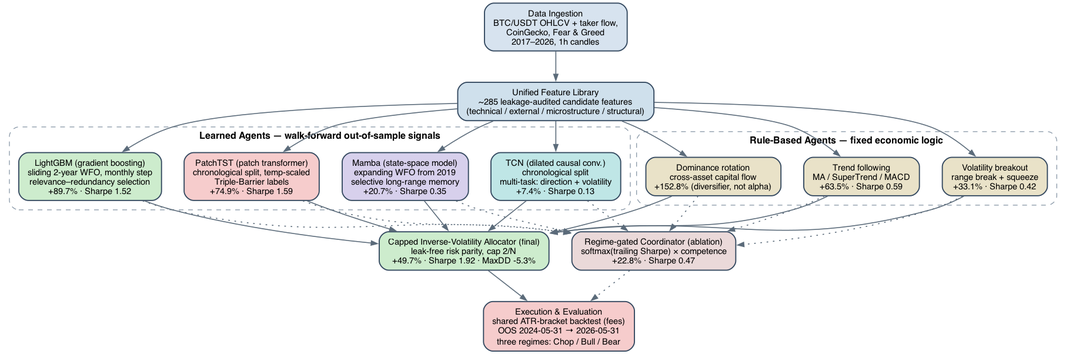
Above: latex_thesis/Master_Thesis___Hybrid_Multi_Agent_Trading_System/Images/system_overview.png in WojciechNeuman/hybrid-multi-agent-trading-system (Graphviz), before the change. Its source is kept beside it as latex_thesis/Master_Thesis___Hybrid_Multi_Agent_Trading_System/Images/system_overview.dot.
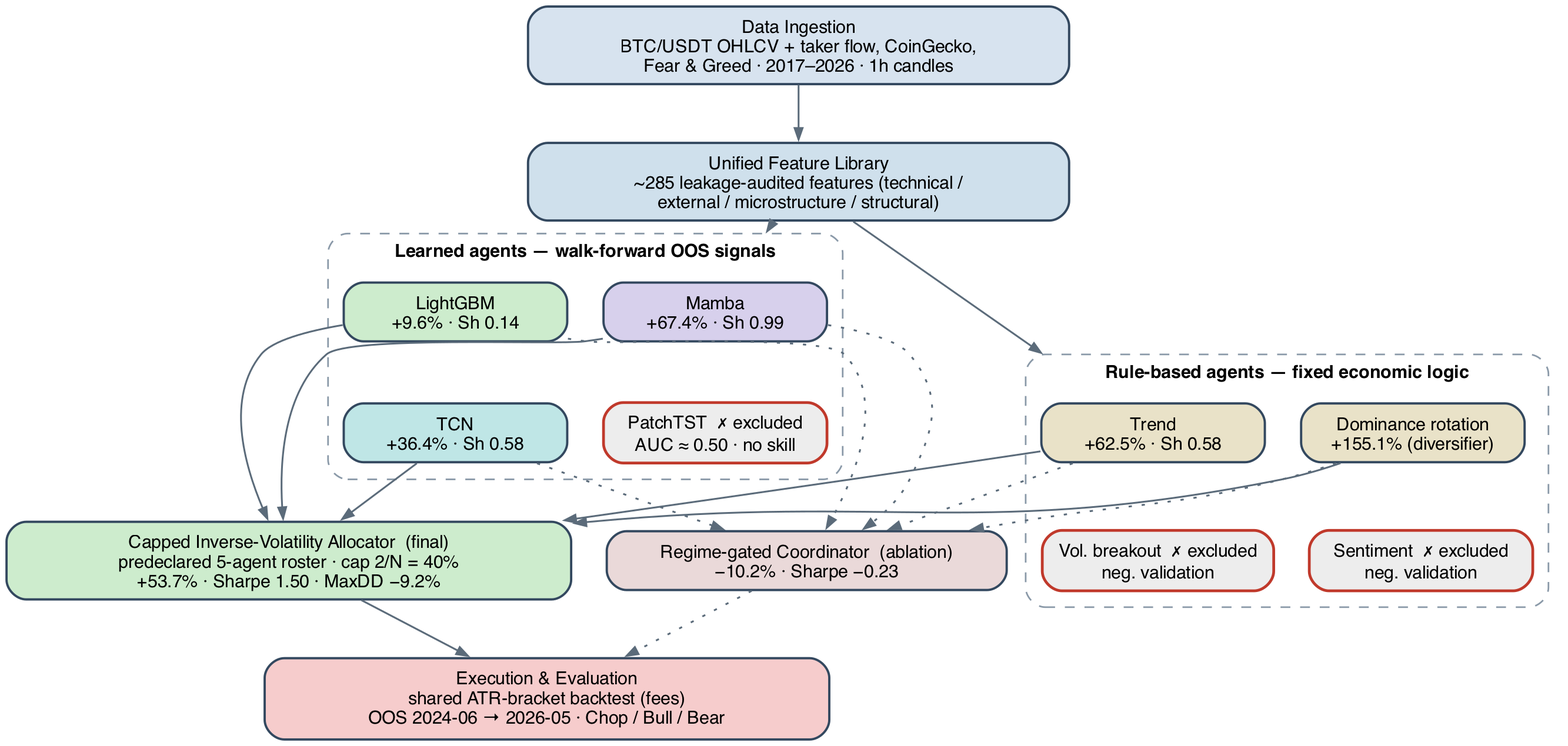
After the commit.

The edit, as a diff of the source:
```diff
@@ -2,81 +2,60 @@
     rankdir=TB;
     bgcolor="white";
     splines=true;
-    nodesep=0.40;
-    ranksep=0.55;
+    compound=true;
+    nodesep=0.30;
+    ranksep=0.50;
     node [shape=box, style="rounded,filled", fontname="Helvetica", fontsize=11,
-          color="#33485f", penwidth=1.4, margin="0.16,0.09"];
-    edge [color="#5b6b7a", arrowsize=0.8, penwidth=1.2];
+          color="#33485f", penwidth=1.4, margin="0.14,0.08", width=1.9];
+    edge [color="#5b6b7a", arrowsize=0.7, penwidth=1.1];
 
-    DATA [label="Data Ingestion\nBTC/USDT OHLCV + taker flow,\nCoinGecko, Fear & Greed\n2017–2026, 1h candles",
-          fillcolor="#d7e3ef"];
-
-    FEAT [label="Unified Feature Library\n~285 leakage-audited candidate features\n(technical / external / microstructure / structural)",
-          fillcolor="#cfe0ec"];
+    DATA [label="Data Ingestion\nBTC/USDT OHLCV + taker flow, CoinGecko,\nFear & Greed · 2017–2026 · 1h candles",
+          fillcolor="#d7e3ef", width=4.6];
+    FEAT [label="Unified Feature Library\n~285 leakage-audited features (technical /\nexternal / microstructure / structural)",
+          fillcolor="#cfe0ec", width=4.6];
 
     subgraph cluster_learned {
-        label="Learned Agents — walk-forward out-of-sample signals";
-        labelloc="t";
-        fontname="Helvetica-Bold";
-        fontsize=12;
-        style="dashed,rounded";
-        color="#8a99a8";
-        margin=12;
-
-        LGBM   [label="LightGBM (gradient boosting)\nsliding 2-year WFO, monthly step\nrelevance–redundancy selection\n+89.7% · Sharpe 1.52",
-                fillcolor="#cdeccd"];
-        PATCH  [label="PatchTST (patch transformer)\nchronological split, temp-scaled\nTriple-Barrier labels\n+74.9% · Sharpe 1.59",
-                fillcolor="#f6cccc"];
-        MAMBA  [label="Mamba (state-space model)\nexpanding WFO from 2019\nselective long-range memory\n+20.7% · Sharpe 0.35",
-                fillcolor="#d7d0ec"];
-        TCN    [label="TCN (dilated causal conv.)\nchronological split\nmulti-task: direction + volatility\n+7.4% · Sharpe 0.13",
-                fillcolor="#bfe6e6"];
+        label="Learned agents — walk-forward OOS signals";
+        labelloc="t"; fontname="Helvetica-Bold"; fontsize=11;
+        style="dashed,rounded"; color="#8a99a8"; margin=10;
+        LGBM  [label="LightGBM\n+9.6% · Sh 0.14",  fillcolor="#cdeccd"];
+        MAMBA [label="Mamba\n+67.4% · Sh 0.99",    fillcolor="#d7d0ec"];
+        TCN   [label="TCN\n+36.4% · Sh 0.58",      fillcolor="#bfe6e6"];
+        PATCH [label="PatchTST  ✗ excluded\nAUC ≈ 0.50 · no skill", fillcolor="#ededed", color="#c0392b", penwidth=1.7];
+        { rank=same; LGBM; MAMBA; }
+        { rank=same; TCN;  PATCH; }
+        LGBM -> TCN [style=invis];  MAMBA -> PATCH [style=invis];
     }
 
     subgraph cluster_rules {
-        label="Rule-Based Agents — fixed economic logic";
-        labelloc="t";
-        fontname="Helvetica-Bold";
-        fontsize=12;
-        style="dashed,rounded";
-        color="#8a99a8";
-        margin=12;
-
-        TREND  [label="Trend following\nMA / SuperTrend / MACD\n+63.5% · Sharpe 0.59",
-                fillcolor="#e9e2c8"];
-        VOLB   [label="Volatility breakout\nrange break + squeeze\n+33.1% · Sharpe 0.42",
-                fillcolor="#e9e2c8"];
-        DOM    [label="Dominance rotation\ncross-asset capital flow\n+152.8% (diversifier, not alpha)",
-                fillcolor="#e9e2c8"];
+        label="Rule-based agents — fixed economic logic";
+        labelloc="t"; fontname="Helvetica-Bold"; fontsize=11;
+        style="dashed,rounded"; color="#8a99a8"; margin=10;
+        TREND [label="Trend\n+62.5% · Sh 0.58",        fillcolor="#e9e2c8"];
+        DOM   [label="Dominance rotation\n+155.1% (diversifier)", fillcolor="#e9e2c8"];
+        VOLB  [label="Vol. breakout  ✗ excluded\nneg. validation", fillcolor="#ededed", color="#c0392b", penwidth=1.7];
+        SENT  [label="Sentiment  ✗ excluded\nneg. validation",     fillcolor="#ededed", color="#c0392b", penwidth=1.7];
+        { rank=same; TREND; DOM; }
+        { rank=same; VOLB;  SENT; }
+        TREND -> VOLB [style=invis];  DOM -> SENT [style=invis];
     }
 
-    ALLOC  [label="Capped Inverse-Volatility Allocator (final)\nleak-free risk parity, cap 2/N\n+49.7% · Sharpe 1.92 · MaxDD -5.3%",
-            fillcolor="#cdeccd"];
-    COORD  [label="Regime-gated Coordinator (ablation)\nsoftmax(trailing Sharpe) × competence\n+22.8% · Sharpe 0.47",
-            fillcolor="#ead9d9"];
-
-    EXEC   [label="Execution & Evaluation\nshared ATR-bracket backtest (fees)\nOOS 2024-05-31 → 2026-05-31\nthree regimes: Chop / Bull / Bear",
-            fillcolor="#f6cccc"];
+    ALLOC [label="Capped Inverse-Volatility Allocator  (final)\npredeclared 5-agent roster · cap 2/N = 40%\n+53.7% · Sharpe 1.50 · MaxDD −9.2%",
+           fillcolor="#cdeccd", width=4.8];
+    COORD [label="Regime-gated Coordinator  (ablation)\n−10.2% · Sharpe −0.23",
+           fillcolor="#ead9d9", width=3.4];
+    EXEC  [label="Execution & Evaluation\nshared ATR-bracket backtest (fees)\nOOS 2024-06 → 2026-05 · Chop / Bull / Bear",
+           fillcolor="#f6cccc", width=4.8];
 
     DATA -> FEAT;
-    FEAT -> LGBM;
-    FEAT -> PATCH;
-    FEAT -> MAMBA;
-    FEAT -> TCN;
-    FEAT -> TREND;
-    FEAT -> VOLB;
-    FEAT -> DOM;
+    FEAT -> MAMBA [lhead=cluster_learned];
+    FEAT -> TREND [lhead=cluster_rules];
 
-    LGBM  -> ALLOC;  PATCH -> ALLOC;  MAMBA -> ALLOC;  TCN -> ALLOC;
-    TREND -> ALLOC;  VOLB  -> ALLOC;  DOM   -> ALLOC;
-
-    LGBM  -> COORD [style=dotted];  PATCH -> COORD [style=dotted];
-    MAMBA -> COORD [style=dotted];  TCN   -> COORD [style=dotted];
-    TREND -> COORD [style=dotted];  VOLB  -> COORD [style=dotted];
-    DOM   -> COORD [style=dotted];
+    LGBM -> ALLOC; MAMBA -> ALLOC; TCN -> ALLOC; TREND -> ALLOC; DOM -> ALLOC;
+    LGBM -> COORD [style=dotted]; MAMBA -> COORD [style=dotted]; TCN -> COORD [style=dotted];
+    TREND -> COORD [style=dotted]; DOM -> COORD [style=dotted];
 
     ALLOC -> EXEC;
     COORD -> EXEC [style=dotted];
-
     { rank=same; ALLOC; COORD; }
 }
```
